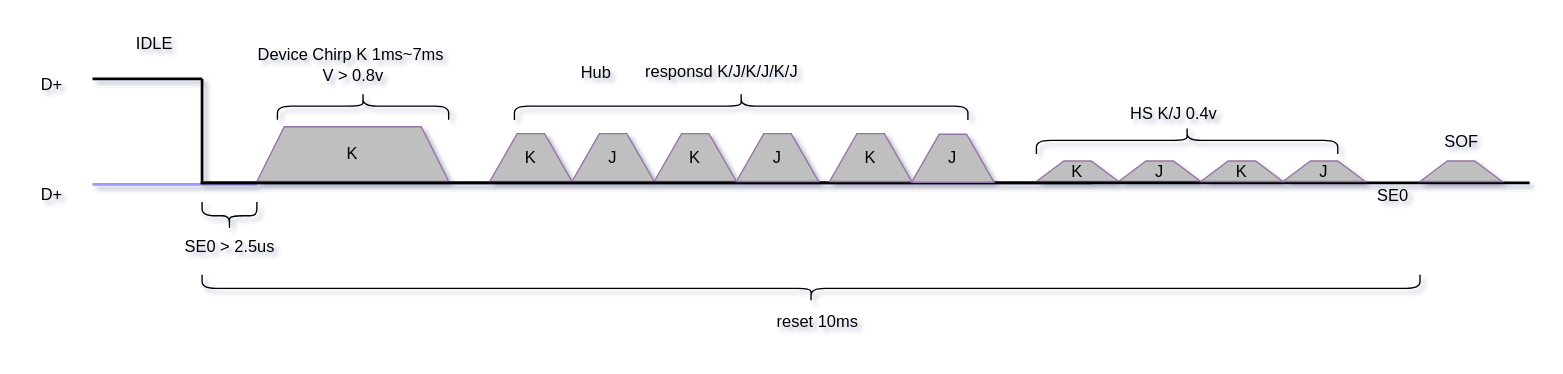
This is page "第 9 页" (9 of 11) of USB 控制器与 phy.drawio from Vinson-001/Blog-flow-chart, a draw.io file, before an edit. Source tidied: cells renumbered, new cells numbered last; positions are measured from the earlier drawing's top-left corner, leaving out a move shared by most shapes. Both pictures are drawn from the tidied source at 137%, with x=0, y=0 at pixel (23, 23).
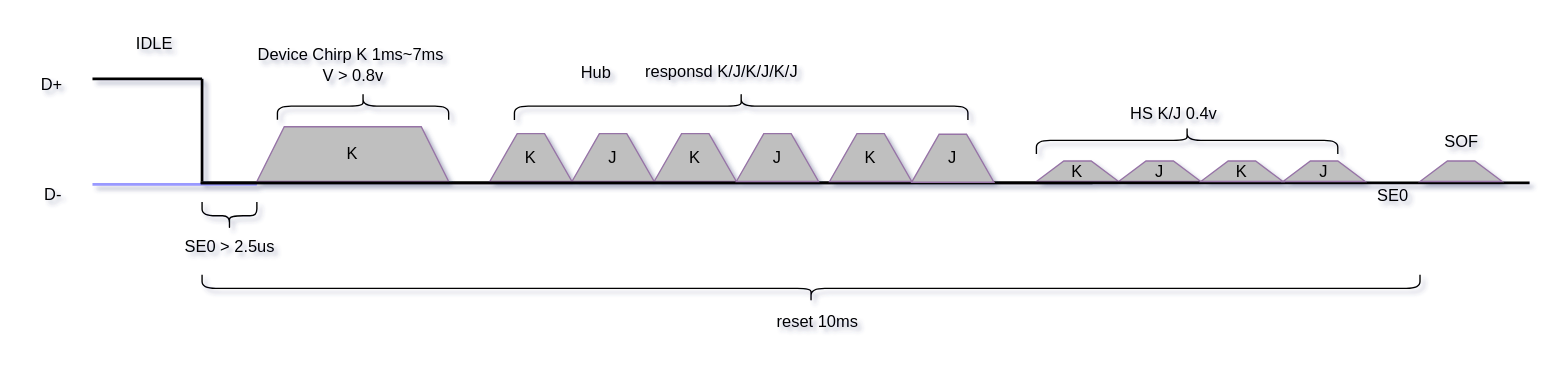
Above is the later version.

Commit message:
更新USB 控制器与 phy.drawio

What changed in the source:
```diff
@@
-    <mxCell id="5" value="D+" style="text;html=1;align=center;verticalAlign=middle;strokeColor=none;fillColor=none;" parent="1" vertex="1">
-      <mxGeometry y="110" width="40" height="30" as="geometry" />
+    <mxCell id="5" value="D-" style="text;html=1;align=center;verticalAlign=middle;strokeColor=none;fillColor=none;" parent="1" vertex="1">
+      <mxGeometry x="5" y="112" width="31" height="26" as="geometry" />
     </mxCell>
```
